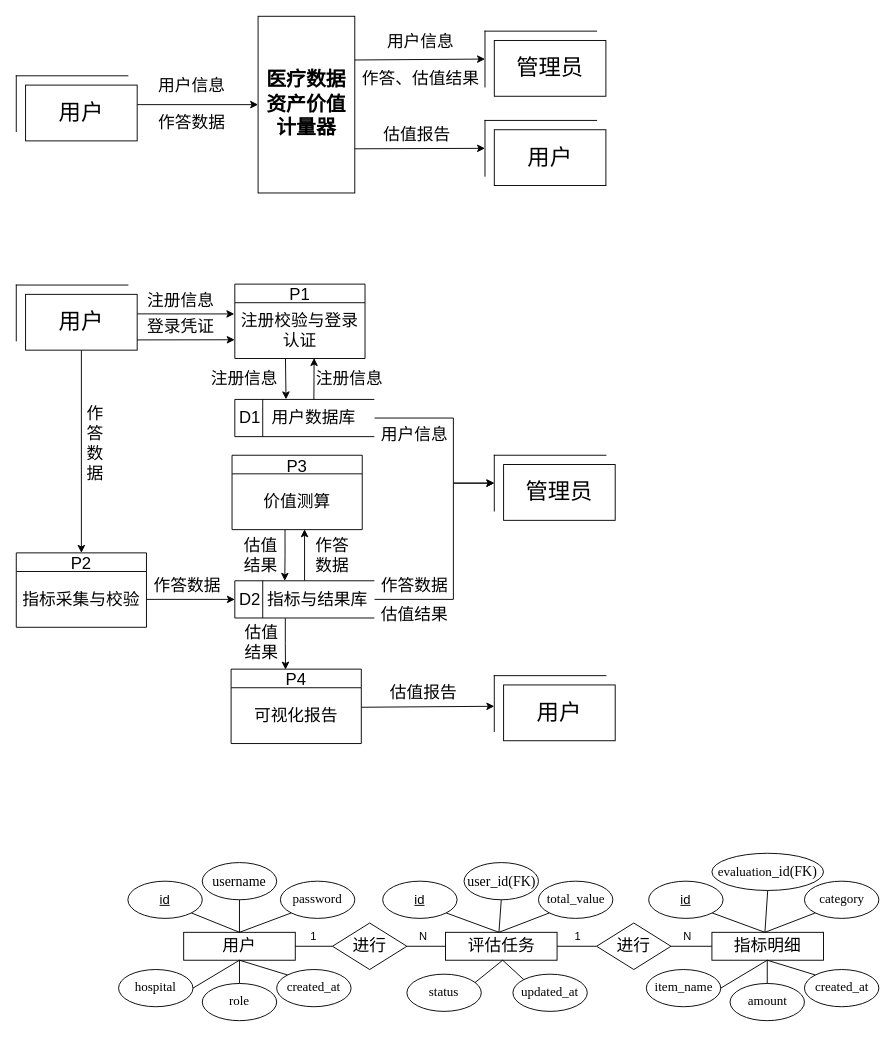
This is doc/测试器数据流图.drawio from BingJW/HealthData-Valuator, a draw.io file, before an edit. Source tidied: cells renumbered, new cells numbered last; positions are measured from the earlier drawing's top-left corner, leaving out a move shared by most shapes. Both pictures are drawn from the tidied source at 93%, with x=0, y=0 at pixel (16, 16).
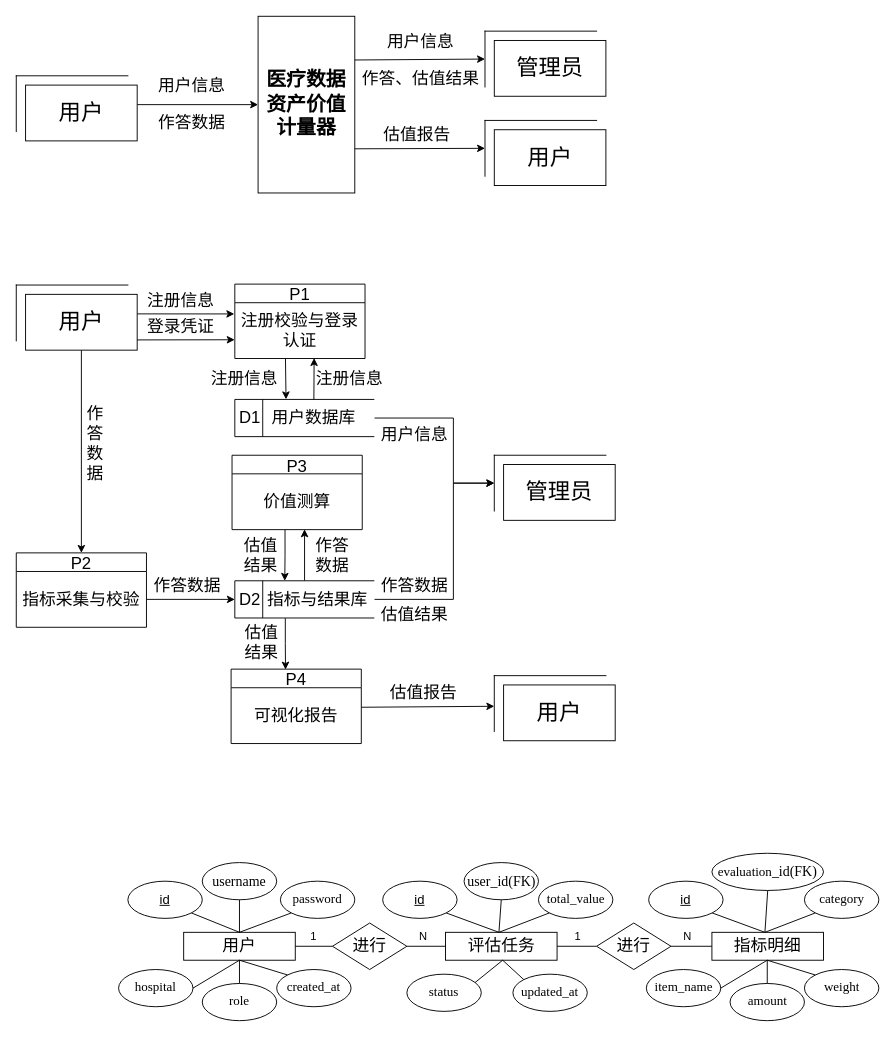
After the change.

The edit, as a diff of the source:
```diff
@@
-    <mxCell id="103" value="&lt;span lang=&quot;EN-US&quot; style=&quot;font-size:10.5pt;mso-bidi-font-size:&amp;lt;br/&amp;gt;12.0pt;font-family:&amp;quot;Times New Roman&amp;quot;,serif;mso-fareast-font-family:宋体;&amp;lt;br/&amp;gt;mso-ligatures:none;mso-ansi-language:EN-US;mso-fareast-language:ZH-CN;&amp;lt;br/&amp;gt;mso-bidi-language:AR-SA&quot;&gt;created_at&lt;/span&gt;" style="ellipse;whiteSpace=wrap;html=1;" parent="1" vertex="1">
+    <mxCell id="103" value="&lt;span lang=&quot;EN-US&quot; style=&quot;font-size:10.5pt;mso-bidi-font-size:&lt;br/&gt;12.0pt;font-family:&amp;quot;Times New Roman&amp;quot;,serif;mso-fareast-font-family:宋体;&lt;br/&gt;mso-ligatures:none;mso-ansi-language:EN-US;mso-fareast-language:ZH-CN;&lt;br/&gt;mso-bidi-language:AR-SA&quot;&gt;weight&lt;/span&gt;" style="ellipse;whiteSpace=wrap;html=1;" parent="1" vertex="1">
       <mxGeometry x="847.5" y="1025" width="80" height="40" as="geometry" />
     </mxCell>
```
